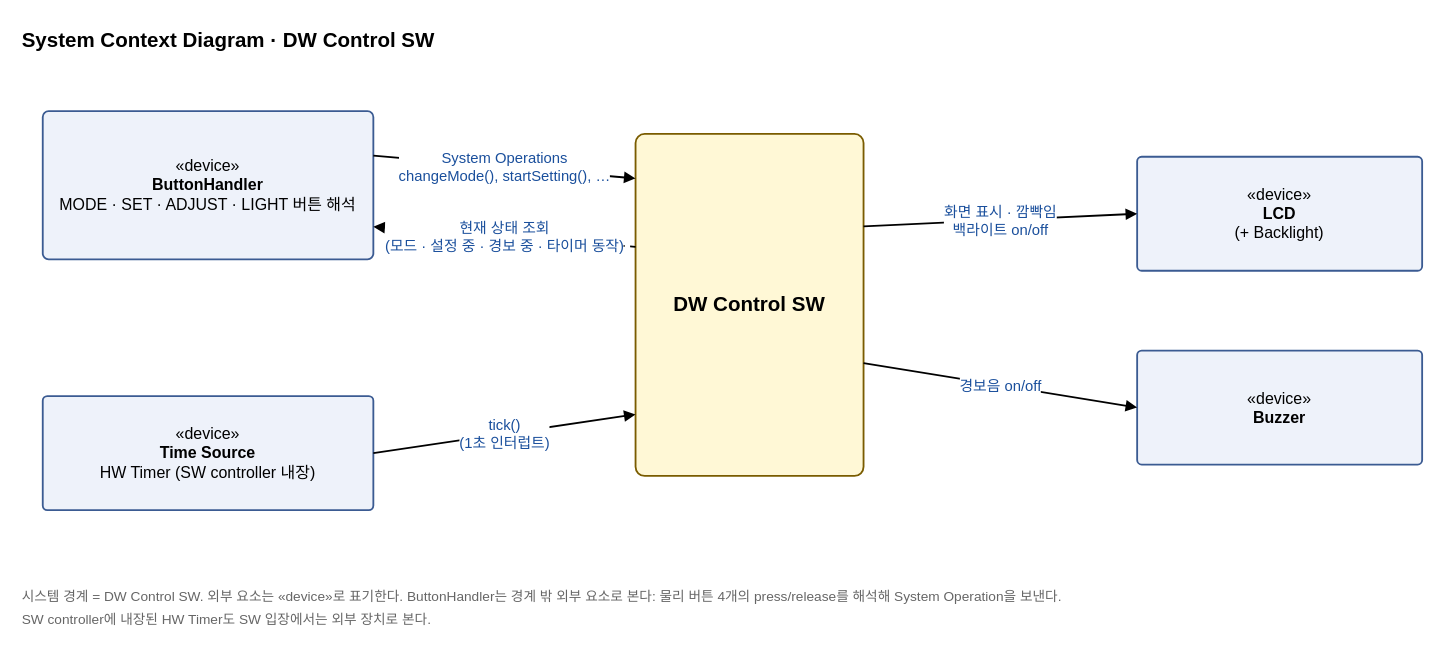
Before: docs/OOAD/practice/context/DigitalWatch_SystemContext.drawio in sspring2048/AssoArch, a draw.io diagram. Source tidied: cells renumbered, new cells numbered last; positions are measured from the earlier drawing's top-left corner, leaving out a move shared by most shapes. Both pictures are drawn from the tidied source at 114%, with x=0, y=0 at pixel (19, 19).
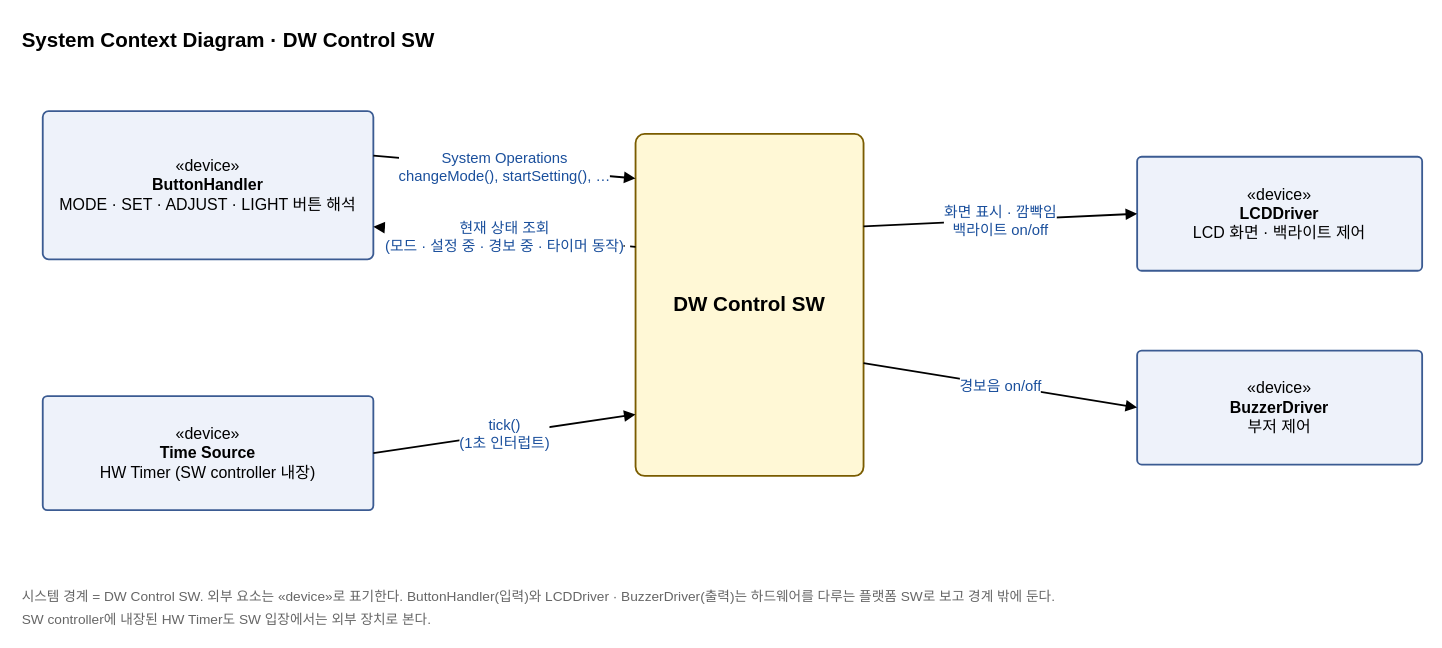
Above is the later version.

Change to the diagram source:
```diff
@@
 <mxGraphModel>
   <root>
     <mxCell id="0" />
     <mxCell id="1" parent="0" />
     <mxCell id="2" value="System Context Diagram · DW Control SW" style="text;fontSize=18;fontStyle=1;align=left;" parent="1" vertex="1">
       <mxGeometry width="520" height="30" as="geometry" />
     </mxCell>
     <mxCell id="3" value="«device»&lt;br&gt;&lt;b&gt;ButtonHandler&lt;/b&gt;&lt;br&gt;MODE · SET · ADJUST · LIGHT 버튼 해석" style="rounded=1;arcSize=4;whiteSpace=wrap;html=1;fillColor=#eef2fa;strokeColor=#3b5b92;strokeWidth=1.6;fontSize=14;" parent="1" vertex="1">
       <mxGeometry x="20" y="80" width="290" height="130" as="geometry" />
     </mxCell>
     <mxCell id="4" value="«device»&lt;br&gt;&lt;b&gt;Time Source&lt;/b&gt;&lt;br&gt;HW Timer (SW controller 내장)" style="rounded=1;arcSize=4;whiteSpace=wrap;html=1;fillColor=#eef2fa;strokeColor=#3b5b92;strokeWidth=1.6;fontSize=14;" parent="1" vertex="1">
       <mxGeometry x="20" y="330" width="290" height="100" as="geometry" />
     </mxCell>
     <mxCell id="5" value="&lt;b&gt;DW Control SW&lt;/b&gt;" style="rounded=1;arcSize=4;whiteSpace=wrap;html=1;fillColor=#fff8d6;strokeColor=#7a5c00;strokeWidth=1.6;fontSize=18;" parent="1" vertex="1">
       <mxGeometry x="540" y="100" width="200" height="300" as="geometry" />
     </mxCell>
-    <mxCell id="6" value="«device»&lt;br&gt;&lt;b&gt;LCD&lt;/b&gt;&lt;br&gt;(+ Backlight)" style="rounded=1;arcSize=4;whiteSpace=wrap;html=1;fillColor=#eef2fa;strokeColor=#3b5b92;strokeWidth=1.6;fontSize=14;" parent="1" vertex="1">
+    <mxCell id="6" value="«device»&lt;br&gt;&lt;b&gt;LCDDriver&lt;/b&gt;&lt;br&gt;LCD 화면 · 백라이트 제어" style="rounded=1;arcSize=4;whiteSpace=wrap;html=1;fillColor=#eef2fa;strokeColor=#3b5b92;strokeWidth=1.6;fontSize=14;" parent="1" vertex="1">
       <mxGeometry x="980" y="120" width="250" height="100" as="geometry" />
     </mxCell>
-    <mxCell id="7" value="«device»&lt;br&gt;&lt;b&gt;Buzzer&lt;/b&gt;" style="rounded=1;arcSize=4;whiteSpace=wrap;html=1;fillColor=#eef2fa;strokeColor=#3b5b92;strokeWidth=1.6;fontSize=14;" parent="1" vertex="1">
+    <mxCell id="7" value="«device»&lt;br&gt;&lt;b&gt;BuzzerDriver&lt;/b&gt;&lt;br&gt;부저 제어" style="rounded=1;arcSize=4;whiteSpace=wrap;html=1;fillColor=#eef2fa;strokeColor=#3b5b92;strokeWidth=1.6;fontSize=14;" parent="1" vertex="1">
       <mxGeometry x="980" y="290" width="250" height="100" as="geometry" />
     </mxCell>
     <mxCell id="8" value="System Operations&lt;br&gt;changeMode(), startSetting(), …" style="endArrow=block;endFill=1;html=1;strokeWidth=1.6;fontSize=13;fontColor=#1a4f9c;labelBackgroundColor=#ffffff;exitX=1;exitY=0.3;entryX=0;entryY=0.13;" parent="1" edge="1" source="3" target="5">
       <mxGeometry relative="1" as="geometry" />
     </mxCell>
     <mxCell id="9" value="현재 상태 조회&lt;br&gt;(모드 · 설정 중 · 경보 중 · 타이머 동작)" style="endArrow=block;endFill=1;html=1;strokeWidth=1.6;fontSize=13;fontColor=#1a4f9c;labelBackgroundColor=#ffffff;dashed=1;exitX=0;exitY=0.33;entryX=1;entryY=0.78;" parent="1" edge="1" source="5" target="3">
       <mxGeometry relative="1" as="geometry" />
     </mxCell>
     <mxCell id="10" value="tick()&lt;br&gt;(1초 인터럽트)" style="endArrow=block;endFill=1;html=1;strokeWidth=1.6;fontSize=13;fontColor=#1a4f9c;labelBackgroundColor=#ffffff;exitX=1;exitY=0.5;entryX=0;entryY=0.82;" parent="1" edge="1" source="4" target="5">
       <mxGeometry relative="1" as="geometry" />
     </mxCell>
     <mxCell id="11" value="화면 표시 · 깜빡임&lt;br&gt;백라이트 on/off" style="endArrow=block;endFill=1;html=1;strokeWidth=1.6;fontSize=13;fontColor=#1a4f9c;labelBackgroundColor=#ffffff;exitX=1;exitY=0.27;entryX=0;entryY=0.5;" parent="1" edge="1" source="5" target="6">
       <mxGeometry relative="1" as="geometry" />
     </mxCell>
     <mxCell id="12" value="경보음 on/off" style="endArrow=block;endFill=1;html=1;strokeWidth=1.6;fontSize=13;fontColor=#1a4f9c;labelBackgroundColor=#ffffff;exitX=1;exitY=0.67;entryX=0;entryY=0.5;" parent="1" edge="1" source="5" target="7">
       <mxGeometry relative="1" as="geometry" />
     </mxCell>
-    <mxCell id="13" value="시스템 경계 = DW Control SW. 외부 요소는 «device»로 표기한다. ButtonHandler는 경계 밖 외부 요소로 본다: 물리 버튼 4개의 press/release를 해석해 System Operation을 보낸다." style="text;fontSize=12;fontColor=#666666;align=left;" parent="1" vertex="1">
+    <mxCell id="13" value="시스템 경계 = DW Control SW. 외부 요소는 «device»로 표기한다. ButtonHandler(입력)와 LCDDriver · BuzzerDriver(출력)는 하드웨어를 다루는 플랫폼 SW로 보고 경계 밖에 둔다." style="text;fontSize=12;fontColor=#666666;align=left;" parent="1" vertex="1">
       <mxGeometry y="492" width="1100" height="22" as="geometry" />
     </mxCell>
     <mxCell id="14" value="SW controller에 내장된 HW Timer도 SW 입장에서는 외부 장치로 본다." style="text;fontSize=12;fontColor=#666666;align=left;" parent="1" vertex="1">
       <mxGeometry y="512" width="1100" height="22" as="geometry" />
     </mxCell>
   </root>
 </mxGraphModel>
```
